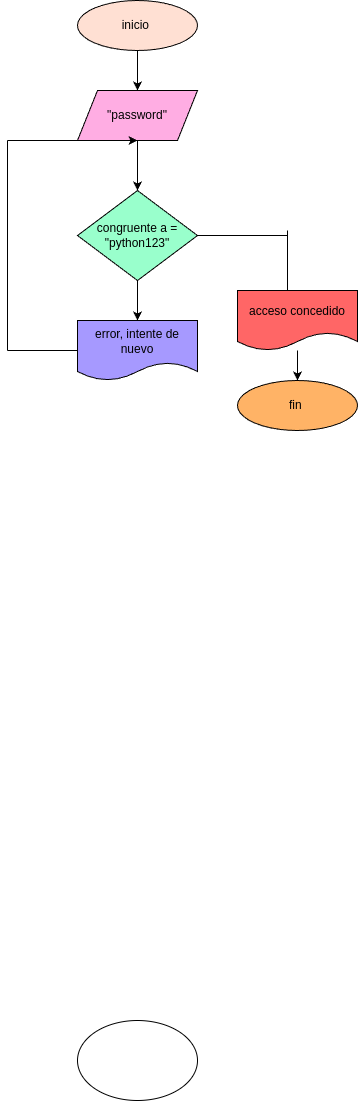
leidyalvrez/Ejercicio_practica_while keeps this draw.io diagram as ejercicio_1/diagrama.png. Above is the earlier version. Source tidied: cells renumbered, new cells last; positions are measured from the earlier drawing's top-left corner, leaving out a move shared by most shapes.
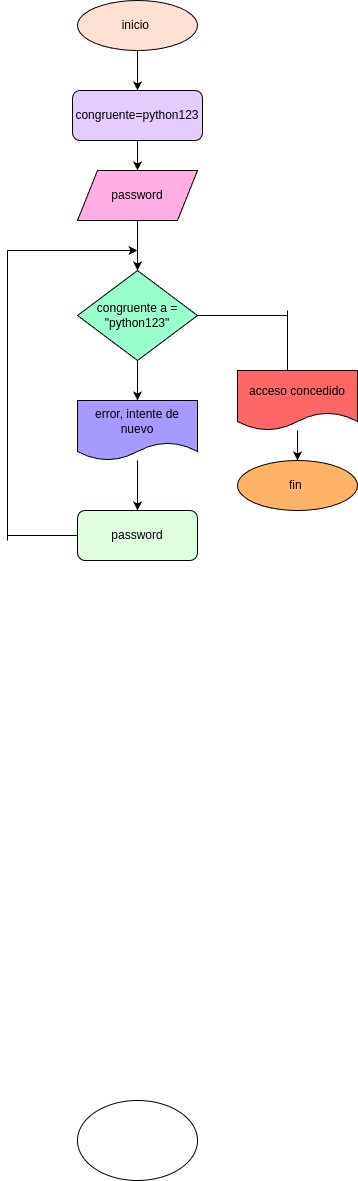
The same file after the commit.

Diff of the diagram source:
```diff
@@ -5,20 +5,18 @@
     <mxCell id="2" style="ellipse;whiteSpace=wrap;html=1;" parent="1" vertex="1">
       <mxGeometry x="70" y="1020" width="120" height="80" as="geometry" />
     </mxCell>
-    <mxCell id="3" style="edgeStyle=none;html=1;" parent="1" edge="1" source="4">
-      <mxGeometry relative="1" as="geometry">
-        <mxPoint x="130" y="90" as="targetPoint" />
-      </mxGeometry>
-    </mxCell>
+    <mxCell id="19" style="edgeStyle=none;html=1;" parent="1" edge="1" source="4" target="22">
+      <mxGeometry relative="1" as="geometry" />
+    </mxCell>
     <mxCell id="4" value="inicio&amp;nbsp;" style="ellipse;whiteSpace=wrap;html=1;fillColor=#FFE0D3;" parent="1" vertex="1">
-      <mxGeometry x="70" width="120" height="50" as="geometry" />
+      <mxGeometry x="70" y="-80" width="120" height="50" as="geometry" />
     </mxCell>
     <mxCell id="5" style="edgeStyle=none;html=1;" parent="1" edge="1" source="6">
       <mxGeometry relative="1" as="geometry">
         <mxPoint x="130" y="190" as="targetPoint" />
       </mxGeometry>
     </mxCell>
-    <mxCell id="6" value="&quot;password&quot;" style="shape=parallelogram;perimeter=parallelogramPerimeter;whiteSpace=wrap;html=1;fixedSize=1;fillColor=#FFADE3;" parent="1" vertex="1">
+    <mxCell id="6" value="password" style="shape=parallelogram;perimeter=parallelogramPerimeter;whiteSpace=wrap;html=1;fixedSize=1;fillColor=#FFADE3;" parent="1" vertex="1">
       <mxGeometry x="70" y="90" width="120" height="50" as="geometry" />
     </mxCell>
     <mxCell id="7" style="edgeStyle=none;html=1;" parent="1" edge="1" source="8">
@@ -29,23 +27,24 @@
     <mxCell id="8" value="congruente a =&lt;div&gt;&quot;python123&quot;&lt;/div&gt;" style="rhombus;whiteSpace=wrap;html=1;fillColor=#99FFCC;" parent="1" vertex="1">
       <mxGeometry x="70" y="190" width="120" height="90" as="geometry" />
     </mxCell>
+    <mxCell id="20" style="edgeStyle=none;html=1;" parent="1" edge="1" source="9">
+      <mxGeometry relative="1" as="geometry">
+        <mxPoint x="130" y="430" as="targetPoint" />
+      </mxGeometry>
+    </mxCell>
     <mxCell id="9" value="error, intente de nuevo" style="shape=document;whiteSpace=wrap;html=1;boundedLbl=1;fillColor=#A699FF;" parent="1" vertex="1">
       <mxGeometry x="70" y="320" width="120" height="60" as="geometry" />
     </mxCell>
-    <mxCell id="10" style="endArrow=none;html=1;entryX=0;entryY=0.5;entryDx=0;entryDy=0;" parent="1" edge="1" target="9">
-      <mxGeometry relative="1" as="geometry">
-        <mxPoint y="350" as="sourcePoint" />
-      </mxGeometry>
-    </mxCell>
     <mxCell id="11" style="endArrow=none;html=1;" parent="1" edge="1">
       <mxGeometry relative="1" as="geometry">
-        <mxPoint y="350" as="sourcePoint" />
-        <mxPoint y="140" as="targetPoint" />
+        <mxPoint y="460" as="sourcePoint" />
+        <mxPoint y="170" as="targetPoint" />
       </mxGeometry>
     </mxCell>
-    <mxCell id="12" style="endArrow=classic;html=1;entryX=0.5;entryY=1;entryDx=0;entryDy=0;" parent="1" edge="1" target="6">
+    <mxCell id="12" style="endArrow=classic;html=1;" parent="1" edge="1">
       <mxGeometry relative="1" as="geometry">
-        <mxPoint y="140" as="sourcePoint" />
+        <mxPoint y="170" as="sourcePoint" />
+        <mxPoint x="130" y="170" as="targetPoint" />
       </mxGeometry>
     </mxCell>
     <mxCell id="13" style="endArrow=none;html=1;exitX=1;exitY=0.5;exitDx=0;exitDy=0;" parent="1" edge="1" source="8">
@@ -76,5 +75,19 @@
     <mxCell id="18" value="fin&amp;nbsp;" style="ellipse;whiteSpace=wrap;html=1;fillColor=#FFB366;" parent="1" vertex="1">
       <mxGeometry x="230" y="380" width="120" height="50" as="geometry" />
     </mxCell>
+    <mxCell id="21" style="edgeStyle=none;html=1;" parent="1" edge="1" source="22" target="6">
+      <mxGeometry relative="1" as="geometry" />
+    </mxCell>
+    <mxCell id="22" value="congruente=python123" style="rounded=1;whiteSpace=wrap;html=1;fillColor=#E5CCFF;" parent="1" vertex="1">
+      <mxGeometry x="65" y="10" width="130" height="50" as="geometry" />
+    </mxCell>
+    <mxCell id="23" value="password" style="rounded=1;whiteSpace=wrap;html=1;fillColor=#DEFFDD;" parent="1" vertex="1">
+      <mxGeometry x="70" y="430" width="120" height="50" as="geometry" />
+    </mxCell>
+    <mxCell id="24" style="endArrow=none;html=1;entryX=0;entryY=0.5;entryDx=0;entryDy=0;" parent="1" edge="1" target="23">
+      <mxGeometry relative="1" as="geometry">
+        <mxPoint y="455" as="sourcePoint" />
+      </mxGeometry>
+    </mxCell>
   </root>
 </mxGraphModel>
```
